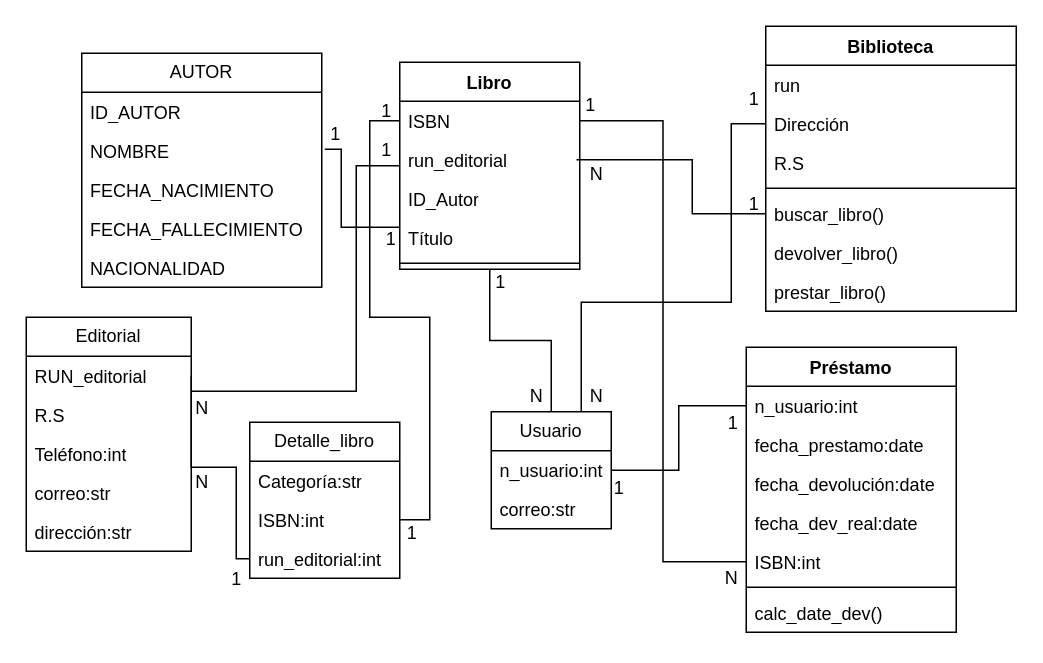
This is Diagrama sin título.drawio from Wiccaos/POO, a draw.io file, before an edit. Source tidied: cells renumbered, new cells numbered last; positions are measured from the earlier drawing's top-left corner, leaving out a move shared by most shapes. Both pictures are drawn from the tidied source at 150%, with x=0, y=0 at pixel (26, 26).
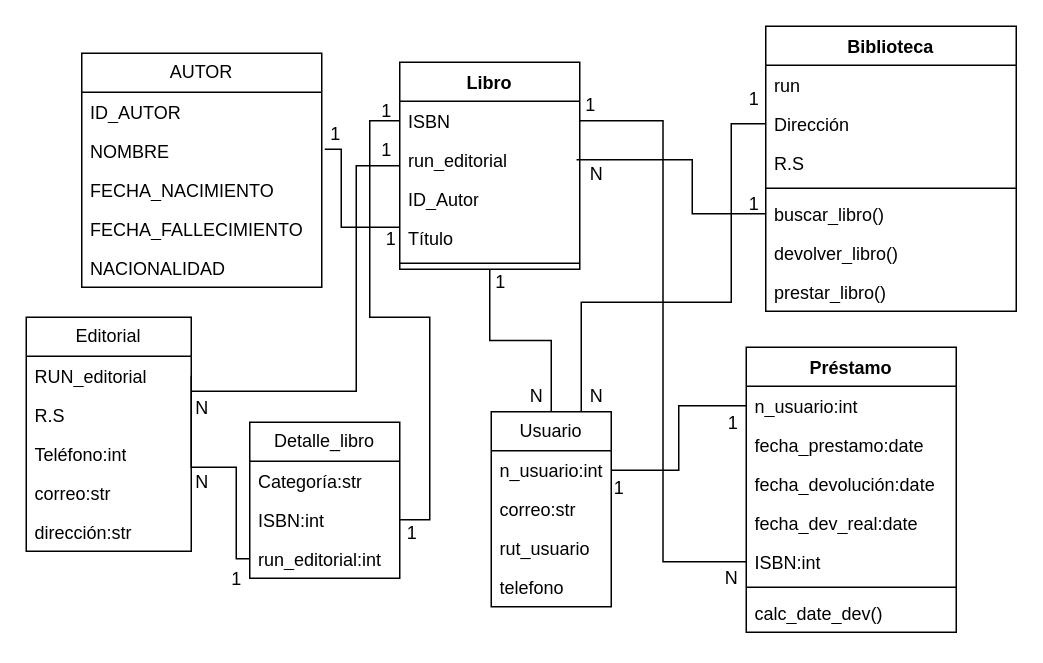
After the change.

Diff of the diagram source:
```diff
@@
     <mxCell id="28" value="Usuario" style="swimlane;fontStyle=0;horizontal=1;startSize=26;fillColor=none;whiteSpace=wrap;html=1;" parent="1" vertex="1">
-      <mxGeometry x="310" y="257" width="80" height="78" as="geometry" />
+      <mxGeometry x="310" y="257" width="80" height="130" as="geometry" />
     </mxCell>
@@
+    <mxCell id="70" value="rut_usuario" style="text;strokeColor=none;fillColor=none;align=left;verticalAlign=top;spacingLeft=4;spacingRight=4;overflow=hidden;whiteSpace=wrap;html=1;" parent="28" vertex="1">
+      <mxGeometry y="78" width="80" height="26" as="geometry" />
+    </mxCell>
+    <mxCell id="71" value="telefono" style="text;strokeColor=none;fillColor=none;align=left;verticalAlign=top;spacingLeft=4;spacingRight=4;overflow=hidden;whiteSpace=wrap;html=1;" parent="28" vertex="1">
+      <mxGeometry y="104" width="80" height="26" as="geometry" />
+    </mxCell>
```
